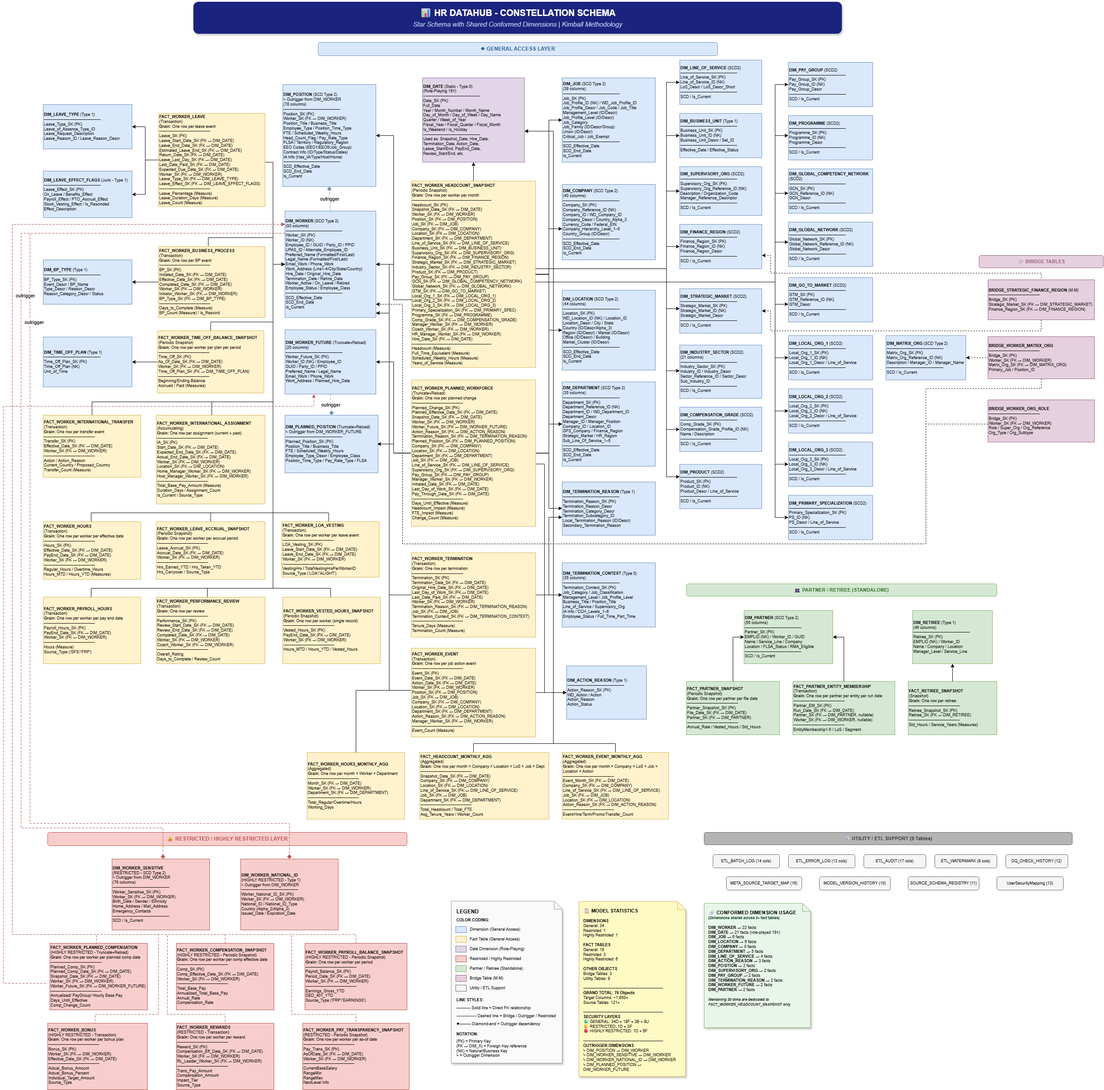
Earlier version of the draw.io export diagrams/HR_Analytics_Constellation_Schema.png (srimarrivada/Enterprise-HR-Analytics-Dimensional-Model). Source tidied: cells renumbered, new cells last; positions are measured from the earlier drawing's top-left corner, leaving out a move shared by most shapes.
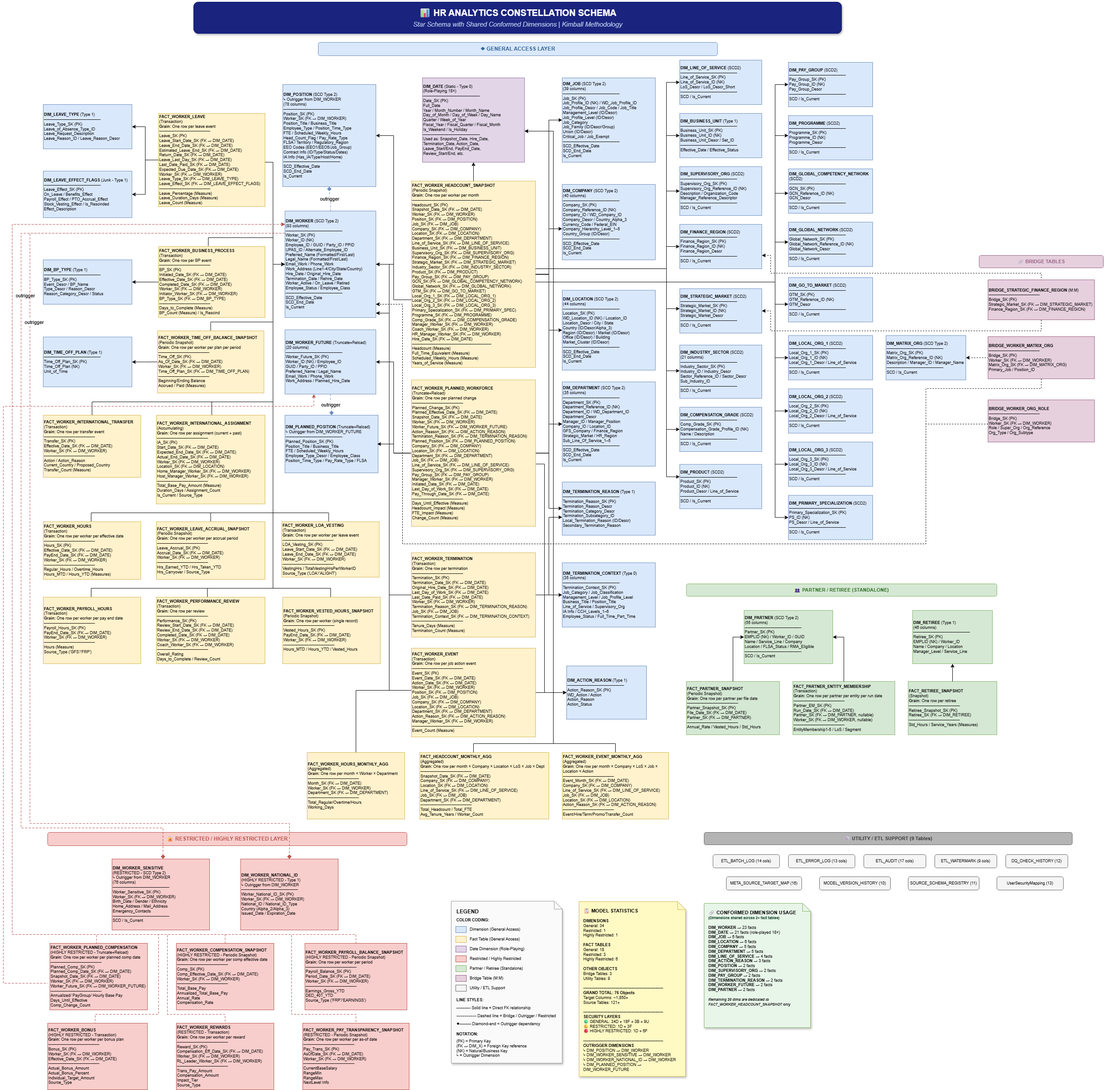
Above is the later version.

Diff of the diagram source:
```diff
@@ -2,7 +2,7 @@
   <root>
     <mxCell id="0" />
     <mxCell id="1" parent="0" />
-    <mxCell id="2" value="📊 HR DATAHUB - CONSTELLATION SCHEMA&lt;div&gt;&lt;span style=&quot;font-size: 11pt; font-weight: normal; color: #B3C6E7;&quot;&gt;&lt;i&gt;Star Schema with Shared Conformed Dimensions | Kimball Methodology&lt;/i&gt;&lt;/span&gt;&lt;/div&gt;" style="text;html=1;strokeColor=#1a237e;fillColor=#1a237e;align=center;verticalAlign=middle;whiteSpace=wrap;rounded=1;fontSize=20;fontStyle=1;strokeWidth=2;shadow=1;spacingTop=5;spacingBottom=5;fontColor=#FFFFFF;" parent="1" vertex="1">
+    <mxCell id="2" value="📊 HR ANALYTICS CONSTELLATION SCHEMA&lt;div&gt;&lt;span style=&quot;font-size: 11pt; font-weight: normal; color: rgb(179, 198, 231);&quot;&gt;&lt;i&gt;Star Schema with Shared Conformed Dimensions | Kimball Methodology&lt;/i&gt;&lt;/span&gt;&lt;/div&gt;" style="text;html=1;strokeColor=#1a237e;fillColor=#1a237e;align=center;verticalAlign=middle;whiteSpace=wrap;rounded=1;fontSize=20;fontStyle=1;strokeWidth=2;shadow=1;spacingTop=5;spacingBottom=5;fontColor=#FFFFFF;" parent="1" vertex="1">
       <mxGeometry x="430" width="1460" height="70" as="geometry" />
     </mxCell>
     <mxCell id="3" value="◆ GENERAL ACCESS LAYER" style="text;html=1;strokeColor=#6c8ebf;fillColor=#dae8fc;align=center;verticalAlign=middle;whiteSpace=wrap;rounded=1;fontSize=12;fontStyle=1;fontColor=#336699;spacingLeft=10;spacingRight=10;strokeWidth=1;" parent="1" vertex="1">
```
